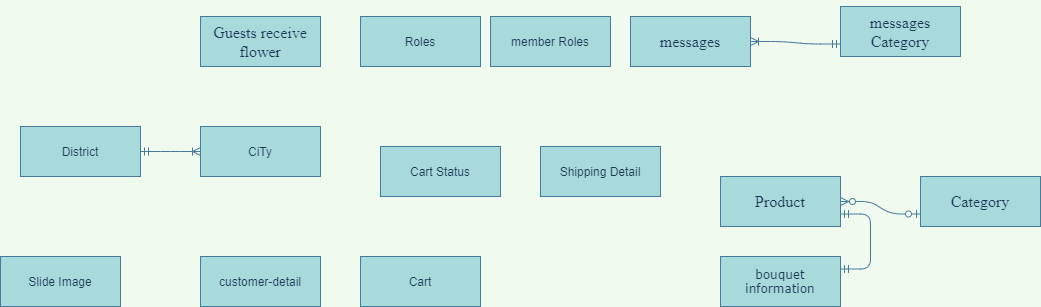
This is Untitled Diagram.png from maialino123/Eproject-SEM3, a draw.io export, as it was before one commit. Source tidied: cells renumbered, new cells last; positions are measured from the earlier drawing's top-left corner, leaving out a move shared by most shapes.
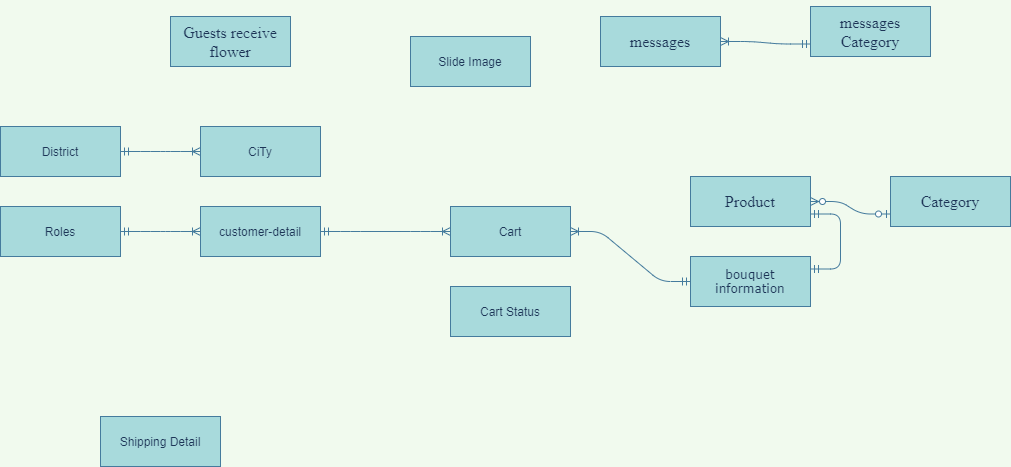
After the commit.

What changed in the source:
```diff
@@ -3,7 +3,7 @@
     <mxCell id="0" />
     <mxCell id="1" parent="0" />
     <mxCell id="2" value="customer-detail" style="whiteSpace=wrap;html=1;align=center;rounded=0;sketch=0;fontColor=#1D3557;strokeColor=#457B9D;fillColor=#A8DADC;" parent="1" vertex="1">
-      <mxGeometry x="200" y="250" width="120" height="50" as="geometry" />
+      <mxGeometry x="230" y="200" width="120" height="50" as="geometry" />
     </mxCell>
     <mxCell id="3" value="&lt;p class=&quot;MsoNormal&quot;&gt;&lt;span style=&quot;font-family: &amp;#34;verdana&amp;#34; , sans-serif&quot;&gt;bouquet&lt;br/&gt;information&lt;/span&gt;&lt;/p&gt;" style="whiteSpace=wrap;html=1;align=center;rounded=0;sketch=0;fontColor=#1D3557;strokeColor=#457B9D;fillColor=#A8DADC;" parent="1" vertex="1">
       <mxGeometry x="720" y="250" width="120" height="50" as="geometry" />
@@ -33,31 +33,37 @@
       <mxGeometry relative="1" as="geometry" />
     </mxCell>
     <mxCell id="12" value="District" style="whiteSpace=wrap;html=1;align=center;rounded=0;sketch=0;fontColor=#1D3557;strokeColor=#457B9D;fillColor=#A8DADC;" parent="1" vertex="1">
-      <mxGeometry x="20" y="120" width="120" height="50" as="geometry" />
+      <mxGeometry x="30" y="120" width="120" height="50" as="geometry" />
     </mxCell>
     <mxCell id="13" value="CiTy" style="whiteSpace=wrap;html=1;align=center;rounded=0;sketch=0;fontColor=#1D3557;strokeColor=#457B9D;fillColor=#A8DADC;" parent="1" vertex="1">
-      <mxGeometry x="200" y="120" width="120" height="50" as="geometry" />
+      <mxGeometry x="230" y="120" width="120" height="50" as="geometry" />
     </mxCell>
     <mxCell id="14" style="edgeStyle=entityRelationEdgeStyle;fontSize=12;html=1;endArrow=ERoneToMany;startArrow=ERmandOne;fontColor=#1D3557;strokeColor=#457B9D;fillColor=#A8DADC;labelBackgroundColor=#F1FAEE;entryX=0;entryY=0.5;entryDx=0;entryDy=0;exitX=1;exitY=0.5;exitDx=0;exitDy=0;" parent="1" edge="1" source="12" target="13">
       <mxGeometry relative="1" as="geometry" />
     </mxCell>
     <mxCell id="15" value="Cart Status" style="whiteSpace=wrap;html=1;align=center;rounded=0;sketch=0;fontColor=#1D3557;strokeColor=#457B9D;fillColor=#A8DADC;" parent="1" vertex="1">
-      <mxGeometry x="380" y="140" width="120" height="50" as="geometry" />
+      <mxGeometry x="480" y="280" width="120" height="50" as="geometry" />
     </mxCell>
     <mxCell id="16" value="Roles" style="whiteSpace=wrap;html=1;align=center;rounded=0;sketch=0;fontColor=#1D3557;strokeColor=#457B9D;fillColor=#A8DADC;" parent="1" vertex="1">
-      <mxGeometry x="360" y="10" width="120" height="50" as="geometry" />
+      <mxGeometry x="30" y="200" width="120" height="50" as="geometry" />
     </mxCell>
     <mxCell id="17" value="Cart" style="whiteSpace=wrap;html=1;align=center;rounded=0;sketch=0;fontColor=#1D3557;strokeColor=#457B9D;fillColor=#A8DADC;" parent="1" vertex="1">
-      <mxGeometry x="360" y="250" width="120" height="50" as="geometry" />
+      <mxGeometry x="480" y="200" width="120" height="50" as="geometry" />
     </mxCell>
     <mxCell id="18" value="Shipping Detail" style="whiteSpace=wrap;html=1;align=center;rounded=0;sketch=0;fontColor=#1D3557;strokeColor=#457B9D;fillColor=#A8DADC;" parent="1" vertex="1">
-      <mxGeometry x="540" y="140" width="120" height="50" as="geometry" />
+      <mxGeometry x="130" y="410" width="120" height="50" as="geometry" />
     </mxCell>
-    <mxCell id="19" value="member Roles" style="whiteSpace=wrap;html=1;align=center;rounded=0;sketch=0;fontColor=#1D3557;strokeColor=#457B9D;fillColor=#A8DADC;" parent="1" vertex="1">
-      <mxGeometry x="490" y="10" width="120" height="50" as="geometry" />
-    </mxCell>
     <mxCell id="20" value="Slide Image" style="whiteSpace=wrap;html=1;align=center;rounded=0;sketch=0;fontColor=#1D3557;strokeColor=#457B9D;fillColor=#A8DADC;" parent="1" vertex="1">
-      <mxGeometry y="250" width="120" height="50" as="geometry" />
+      <mxGeometry x="440" y="30" width="120" height="50" as="geometry" />
     </mxCell>
+    <mxCell id="21" style="edgeStyle=entityRelationEdgeStyle;fontSize=12;html=1;endArrow=ERoneToMany;startArrow=ERmandOne;fontColor=#1D3557;strokeColor=#457B9D;fillColor=#A8DADC;entryX=1;entryY=0.5;entryDx=0;entryDy=0;labelBackgroundColor=#F1FAEE;" parent="1" edge="1" source="3" target="17">
+      <mxGeometry relative="1" as="geometry" />
+    </mxCell>
+    <mxCell id="22" style="edgeStyle=entityRelationEdgeStyle;fontSize=12;html=1;endArrow=ERoneToMany;startArrow=ERmandOne;fontColor=#1D3557;strokeColor=#457B9D;fillColor=#A8DADC;entryX=0;entryY=0.5;entryDx=0;entryDy=0;labelBackgroundColor=#F1FAEE;exitX=1;exitY=0.5;exitDx=0;exitDy=0;" parent="1" edge="1" source="2" target="17">
+      <mxGeometry relative="1" as="geometry" />
+    </mxCell>
+    <mxCell id="23" style="edgeStyle=entityRelationEdgeStyle;fontSize=12;html=1;endArrow=ERoneToMany;startArrow=ERmandOne;fontColor=#1D3557;strokeColor=#457B9D;fillColor=#A8DADC;labelBackgroundColor=#F1FAEE;entryX=0;entryY=0.5;entryDx=0;entryDy=0;exitX=1;exitY=0.5;exitDx=0;exitDy=0;" parent="1" edge="1" source="16" target="2">
+      <mxGeometry relative="1" as="geometry" />
+    </mxCell>
   </root>
 </mxGraphModel>
```
